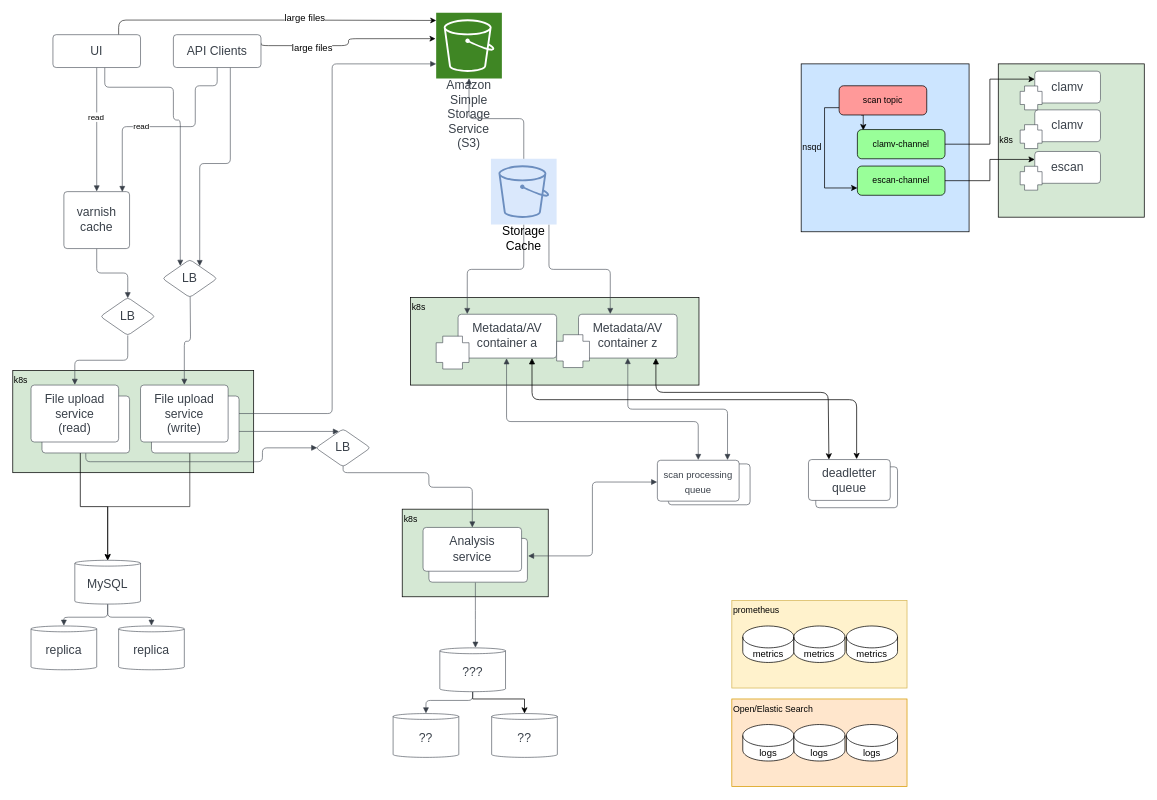
Earlier version of the draw.io diagram vt/Virus Total V0.drawio (drsnyder/drawio). Source tidied: cells renumbered, new cells numbered last; positions are measured from the earlier drawing's top-left corner, leaving out a move shared by most shapes. Both pictures are drawn from the tidied source at 73%, with x=0, y=0 at pixel (12, 12).
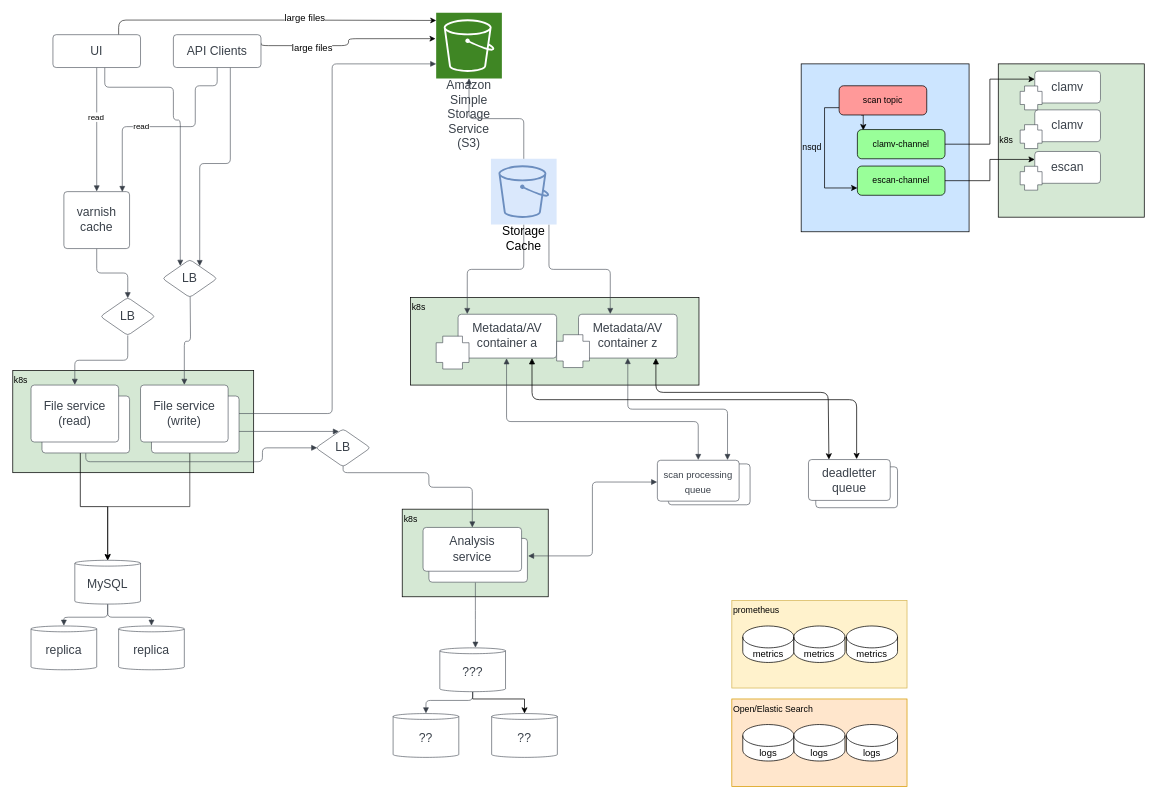
The same diagram, later.

The change refers to these unchanged cells:
```xml
<mxCell id="42" style="group;" parent="1" vertex="1">
  <mxGeometry x="25" y="510" width="135" height="93" as="geometry" />
</mxCell>
<mxCell id="46" style="group;" parent="1" vertex="1">
  <mxGeometry x="175" y="510" width="135" height="93" as="geometry" />
</mxCell>
```

What changed in the source:
```diff
@@
-    <mxCell id="44" value="File upload service&#10;(read)" style="html=1;overflow=block;blockSpacing=1;whiteSpace=wrap;fontSize=16.7;fontColor=#3a414a;spacing=9;strokeColor=#3a414a;strokeOpacity=100;rounded=1;absoluteArcSize=1;arcSize=9;strokeWidth=0.8;lucidId=7O-AwI3FcKb8;" parent="42" vertex="1">
+    <mxCell id="44" value="File service&lt;br&gt;(read)" style="html=1;overflow=block;blockSpacing=1;whiteSpace=wrap;fontSize=16.7;fontColor=#3a414a;spacing=9;strokeColor=#3a414a;strokeOpacity=100;rounded=1;absoluteArcSize=1;arcSize=9;strokeWidth=0.8;lucidId=7O-AwI3FcKb8;" parent="42" vertex="1">
       <mxGeometry width="120" height="78" as="geometry" />
     </mxCell>
@@
-    <mxCell id="48" value="File upload service&#10;(write)" style="html=1;overflow=block;blockSpacing=1;whiteSpace=wrap;fontSize=16.7;fontColor=#3a414a;spacing=9;strokeColor=#3a414a;strokeOpacity=100;rounded=1;absoluteArcSize=1;arcSize=9;strokeWidth=0.8;lucidId=PJ-AoIGXcERA;" parent="46" vertex="1">
+    <mxCell id="48" value="File service&lt;br&gt;(write)" style="html=1;overflow=block;blockSpacing=1;whiteSpace=wrap;fontSize=16.7;fontColor=#3a414a;spacing=9;strokeColor=#3a414a;strokeOpacity=100;rounded=1;absoluteArcSize=1;arcSize=9;strokeWidth=0.8;lucidId=PJ-AoIGXcERA;" parent="46" vertex="1">
       <mxGeometry width="120" height="78" as="geometry" />
     </mxCell>
```
